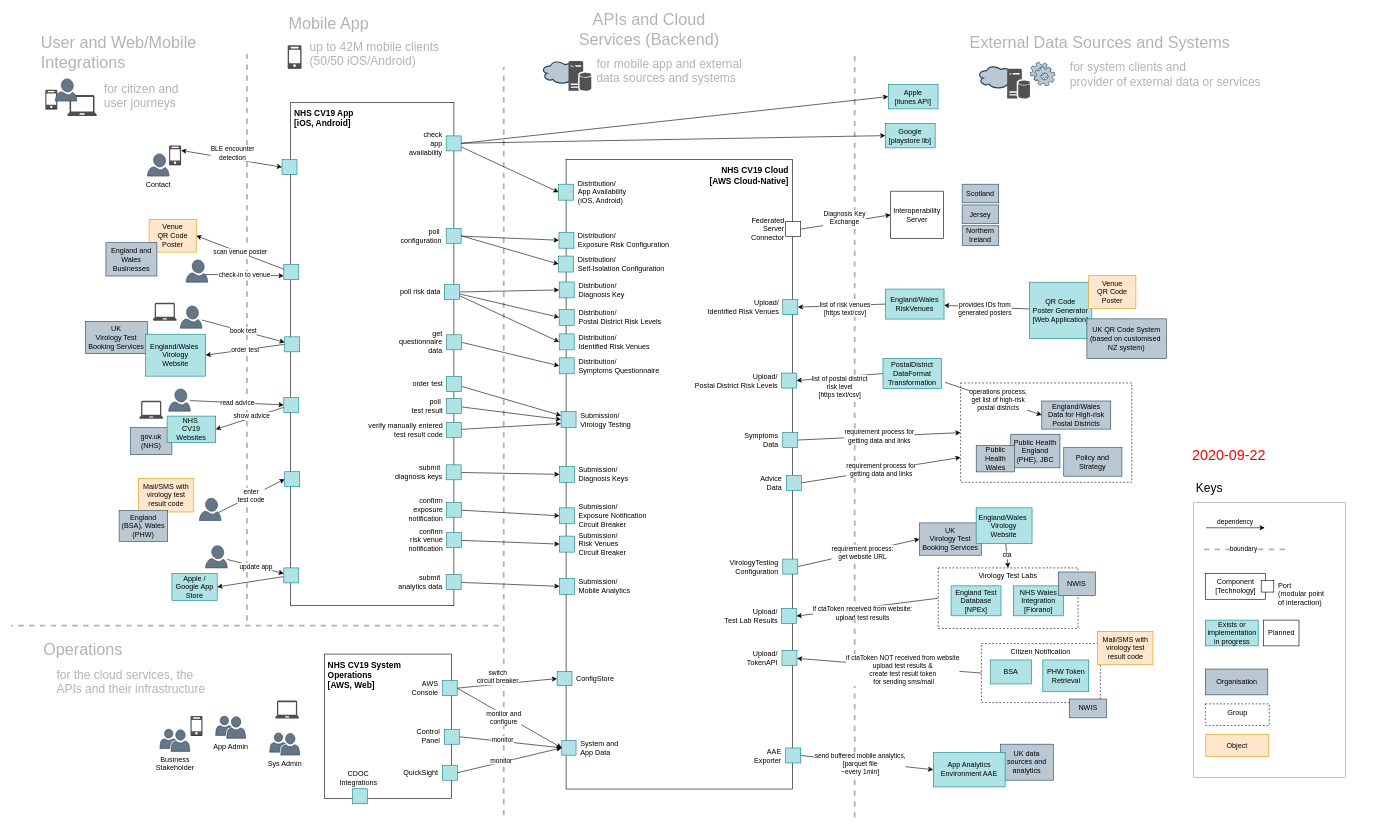
ukhsa-collaboration/covid19-app-system-public keeps this draw.io diagram as page "sys-arch" (2 of 2) of doc/architecture/diagrams/cv19-app-system-architecture.drawio. Above is the earlier version. Source tidied: cells renumbered, new cells numbered last; positions are measured from the earlier drawing's top-left corner, leaving out a move shared by most shapes. Both pictures are drawn from the tidied source at 60%, with x=0, y=0 at pixel (11, 18).
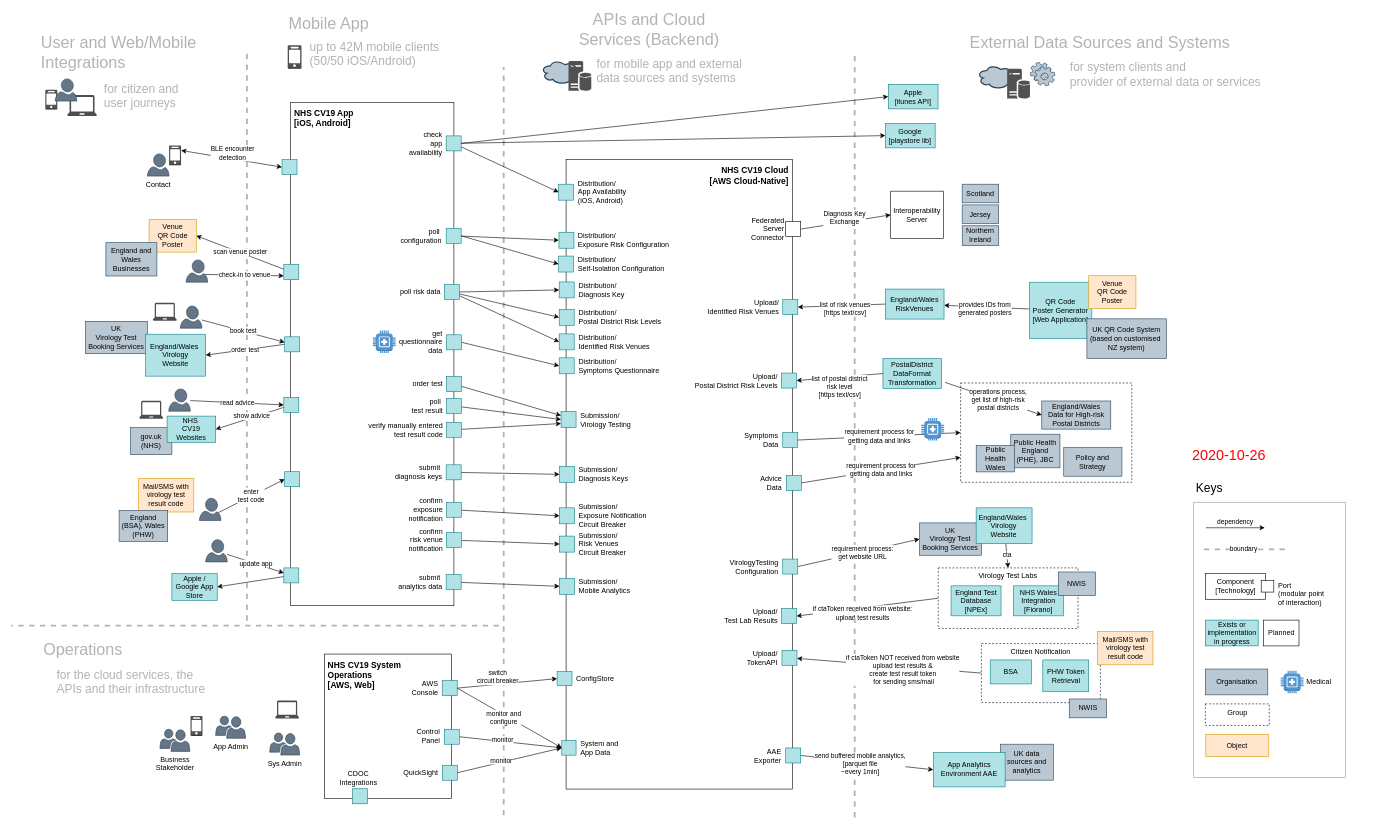
The same page after the edit.

The edit, as a diff of the source:
```diff
@@
-    <mxCell id="80" value="2020-09-22" style="text;html=1;strokeColor=none;fillColor=none;align=center;verticalAlign=middle;whiteSpace=wrap;rounded=0;fontSize=24;fontColor=#FF0000;" parent="1" vertex="1">
+    <mxCell id="80" value="2020-10-26" style="text;html=1;strokeColor=none;fillColor=none;align=center;verticalAlign=middle;whiteSpace=wrap;rounded=0;fontSize=24;fontColor=#FF0000;" parent="1" vertex="1">
       <mxGeometry x="1855" y="719" width="349.7" height="20" as="geometry" />
     </mxCell>
@@
     <mxCell id="203" style="verticalLabelPosition=bottom;html=1;verticalAlign=top;align=center;shape=mxgraph.azure.user;fillColor=#647687;strokeColor=#314354;fontColor=#ffffff;" parent="1" vertex="1">
-      <mxGeometry x="324.2" y="879" width="36" height="37" as="geometry" />
+      <mxGeometry x="324.2" y="869" width="36" height="37" as="geometry" />
     </mxCell>
@@
+    <mxCell id="205" value="Medical" style="dashed=0;verticalLabelPosition=middle;verticalAlign=middle;align=left;html=1;shape=mxgraph.aws3.medical_emergency;fillColor=#5294CF;gradientColor=none;labelPosition=right;spacingLeft=3;" parent="1" vertex="1">
+      <mxGeometry x="2116" y="1087.3" width="38" height="37.5" as="geometry" />
+    </mxCell>
+    <mxCell id="206" style="dashed=0;verticalLabelPosition=middle;verticalAlign=middle;align=left;html=1;shape=mxgraph.aws3.medical_emergency;fillColor=#5294CF;gradientColor=none;labelPosition=right;spacingLeft=3;" parent="1" vertex="1">
+      <mxGeometry x="603" y="520.5" width="38" height="37.5" as="geometry" />
+    </mxCell>
+    <mxCell id="207" style="dashed=0;verticalLabelPosition=middle;verticalAlign=middle;align=left;html=1;shape=mxgraph.aws3.medical_emergency;fillColor=#5294CF;gradientColor=none;labelPosition=right;spacingLeft=3;" parent="1" vertex="1">
+      <mxGeometry x="1517" y="666.2" width="38" height="37.5" as="geometry" />
+    </mxCell>
```
